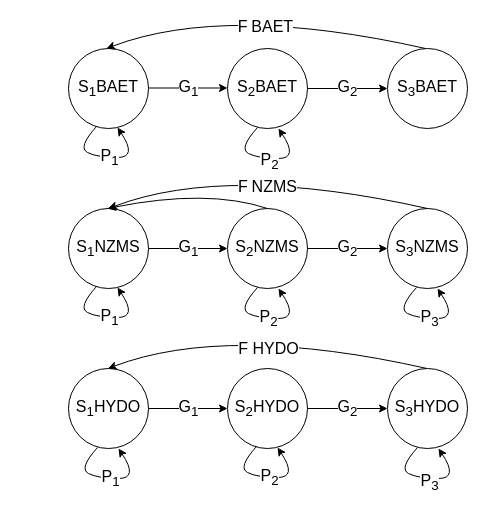
Angelika-Kurthen/ColoradoRiverInverts keeps this draw.io diagram as Untitled Diagram.drawio. Above is the earlier version. Source tidied: cells renumbered, new cells numbered last; positions are measured from the earlier drawing's top-left corner, leaving out a move shared by most shapes. Both pictures are drawn from the tidied source at 100%, with x=0, y=0 at pixel (68, 3).
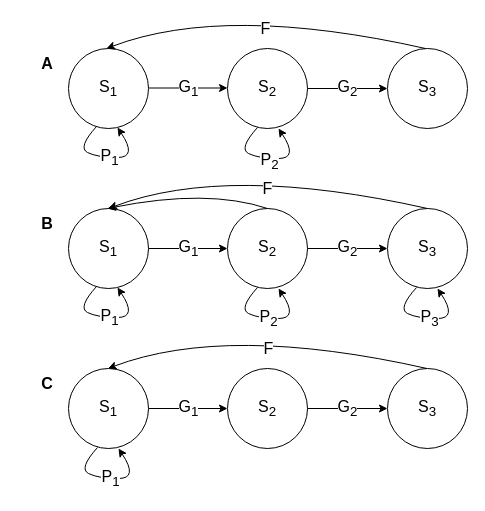
The same page after the edit.

The change refers to these unchanged cells:
```xml
<mxCell id="28" style="curved=1;endArrow=classic;html=1;rounded=0;fontSize=16;entryX=0.5;entryY=0;entryDx=0;entryDy=0;" parent="1" edge="1" target="5">
  <mxGeometry relative="1" as="geometry">
    <mxPoint x="359" y="205" as="sourcePoint" />
    <Array as="points">
      <mxPoint x="159" y="160" />
    </Array>
  </mxGeometry>
</mxCell>
<mxCell id="30" style="curved=1;endArrow=classic;html=1;rounded=0;fontSize=16;entryX=0.5;entryY=0;entryDx=0;entryDy=0;" parent="1" edge="1">
  <mxGeometry relative="1" as="geometry">
    <mxPoint x="358.5" y="365" as="sourcePoint" />
    <mxPoint x="39.5" y="365" as="targetPoint" />
    <Array as="points">
      <mxPoint x="158.5" y="320" />
    </Array>
  </mxGeometry>
</mxCell>
<mxCell id="32" style="curved=1;endArrow=classic;html=1;rounded=0;fontSize=16;entryX=0.5;entryY=0;entryDx=0;entryDy=0;" parent="1" edge="1">
  <mxGeometry relative="1" as="geometry">
    <mxPoint x="357" y="45" as="sourcePoint" />
    <mxPoint x="38" y="45" as="targetPoint" />
    <Array as="points">
      <mxPoint x="157" />
    </Array>
  </mxGeometry>
</mxCell>
```

Diff of the diagram source:
```diff
@@
-    <mxCell id="2" value="S&lt;sub&gt;1&lt;/sub&gt;BAET" style="ellipse;whiteSpace=wrap;html=1;fontSize=16;" parent="1" vertex="1">
+    <mxCell id="2" value="S&lt;sub&gt;1&lt;/sub&gt;" style="ellipse;whiteSpace=wrap;html=1;fontSize=16;" parent="1" vertex="1">
       <mxGeometry y="45" width="80" height="80" as="geometry" />
     </mxCell>
-    <mxCell id="3" value="&lt;font style=&quot;font-size: 16px;&quot;&gt;S&lt;sub&gt;2&lt;/sub&gt;&lt;/font&gt;&lt;font style=&quot;font-size: 16px;&quot;&gt;BAET&lt;/font&gt;" style="ellipse;whiteSpace=wrap;html=1;fontSize=15;" parent="1" vertex="1">
+    <mxCell id="3" value="&lt;font style=&quot;font-size: 16px;&quot;&gt;S&lt;sub&gt;2&lt;/sub&gt;&lt;/font&gt;" style="ellipse;whiteSpace=wrap;html=1;fontSize=15;" parent="1" vertex="1">
       <mxGeometry x="159" y="45" width="80" height="80" as="geometry" />
     </mxCell>
-    <mxCell id="4" value="&lt;font style=&quot;font-size: 16px;&quot;&gt;S&lt;sub&gt;3&lt;/sub&gt;&lt;/font&gt;&lt;font style=&quot;font-size: 16px;&quot;&gt;BAET&lt;/font&gt;" style="ellipse;whiteSpace=wrap;html=1;" parent="1" vertex="1">
+    <mxCell id="4" value="&lt;font style=&quot;font-size: 16px;&quot;&gt;S&lt;sub&gt;3&lt;/sub&gt;&lt;/font&gt;" style="ellipse;whiteSpace=wrap;html=1;" parent="1" vertex="1">
       <mxGeometry x="319" y="45" width="80" height="80" as="geometry" />
     </mxCell>
-    <mxCell id="5" value="S&lt;sub&gt;1&lt;/sub&gt;NZMS" style="ellipse;whiteSpace=wrap;html=1;fontSize=16;" parent="1" vertex="1">
+    <mxCell id="5" value="S&lt;sub&gt;1&lt;/sub&gt;" style="ellipse;whiteSpace=wrap;html=1;fontSize=16;" parent="1" vertex="1">
       <mxGeometry y="205" width="80" height="80" as="geometry" />
     </mxCell>
-    <mxCell id="6" value="&lt;font style=&quot;font-size: 16px;&quot;&gt;S&lt;sub&gt;2&lt;/sub&gt;&lt;/font&gt;&lt;font style=&quot;font-size: 16px;&quot;&gt;NZMS&lt;/font&gt;" style="ellipse;whiteSpace=wrap;html=1;" parent="1" vertex="1">
+    <mxCell id="6" value="&lt;font style=&quot;font-size: 16px;&quot;&gt;S&lt;sub&gt;2&lt;/sub&gt;&lt;/font&gt;" style="ellipse;whiteSpace=wrap;html=1;" parent="1" vertex="1">
       <mxGeometry x="159" y="205" width="80" height="80" as="geometry" />
     </mxCell>
-    <mxCell id="7" value="&lt;font style=&quot;font-size: 16px;&quot;&gt;S&lt;sub&gt;3&lt;/sub&gt;NZMS&lt;/font&gt;" style="ellipse;whiteSpace=wrap;html=1;" parent="1" vertex="1">
+    <mxCell id="7" value="&lt;font style=&quot;font-size: 16px;&quot;&gt;S&lt;sub&gt;3&lt;/sub&gt;&lt;/font&gt;" style="ellipse;whiteSpace=wrap;html=1;" parent="1" vertex="1">
       <mxGeometry x="319" y="205" width="80" height="80" as="geometry" />
     </mxCell>
-    <mxCell id="8" value="&lt;font style=&quot;font-size: 16px;&quot;&gt;S&lt;sub&gt;1&lt;/sub&gt;&lt;/font&gt;&lt;font style=&quot;font-size: 16px;&quot;&gt;HYDO&lt;/font&gt;" style="ellipse;whiteSpace=wrap;html=1;" parent="1" vertex="1">
+    <mxCell id="8" value="&lt;font style=&quot;font-size: 16px;&quot;&gt;S&lt;sub&gt;1&lt;/sub&gt;&lt;/font&gt;" style="ellipse;whiteSpace=wrap;html=1;" parent="1" vertex="1">
       <mxGeometry y="365" width="80" height="80" as="geometry" />
     </mxCell>
-    <mxCell id="9" value="&lt;font style=&quot;font-size: 16px;&quot;&gt;S&lt;sub&gt;2&lt;/sub&gt;&lt;/font&gt;&lt;font style=&quot;font-size: 16px;&quot;&gt;HYDO&lt;/font&gt;" style="ellipse;whiteSpace=wrap;html=1;" parent="1" vertex="1">
+    <mxCell id="9" value="&lt;font style=&quot;font-size: 16px;&quot;&gt;S&lt;sub&gt;2&lt;/sub&gt;&lt;/font&gt;" style="ellipse;whiteSpace=wrap;html=1;" parent="1" vertex="1">
       <mxGeometry x="159" y="365" width="80" height="80" as="geometry" />
     </mxCell>
-    <mxCell id="10" value="&lt;font style=&quot;font-size: 16px;&quot;&gt;S&lt;sub&gt;3&lt;/sub&gt;&lt;/font&gt;&lt;font style=&quot;font-size: 16px;&quot;&gt;HYDO&lt;/font&gt;" style="ellipse;whiteSpace=wrap;html=1;" parent="1" vertex="1">
+    <mxCell id="10" value="&lt;font style=&quot;font-size: 16px;&quot;&gt;S&lt;sub&gt;3&lt;/sub&gt;&lt;/font&gt;" style="ellipse;whiteSpace=wrap;html=1;" parent="1" vertex="1">
       <mxGeometry x="319" y="365" width="80" height="80" as="geometry" />
     </mxCell>
@@
-    <mxCell id="25" value="P&lt;sub&gt;2&lt;/sub&gt;" style="curved=1;endArrow=classic;html=1;rounded=0;fontSize=16;exitX=0.363;exitY=0.988;exitDx=0;exitDy=0;entryX=0.625;entryY=1;entryDx=0;entryDy=0;exitPerimeter=0;entryPerimeter=0;" parent="1" edge="1">
-      <mxGeometry relative="1" as="geometry">
-        <mxPoint x="188" y="443" as="sourcePoint" />
-        <mxPoint x="209" y="444" as="targetPoint" />
-        <Array as="points">
-          <mxPoint x="169" y="464" />
-          <mxPoint x="189" y="474" />
-          <mxPoint x="229" y="474" />
-        </Array>
-      </mxGeometry>
-    </mxCell>
-    <mxCell id="26" style="curved=1;endArrow=classic;html=1;rounded=0;fontSize=16;exitX=0.363;exitY=0.988;exitDx=0;exitDy=0;entryX=0.625;entryY=1;entryDx=0;entryDy=0;exitPerimeter=0;entryPerimeter=0;" parent="1" edge="1">
-      <mxGeometry relative="1" as="geometry">
-        <mxPoint x="349" y="444" as="sourcePoint" />
-        <mxPoint x="370" y="445" as="targetPoint" />
-        <Array as="points">
-          <mxPoint x="330" y="465" />
-          <mxPoint x="350" y="475" />
-          <mxPoint x="390" y="475" />
-        </Array>
-      </mxGeometry>
-    </mxCell>
-    <mxCell id="27" value="P&lt;sub&gt;3&lt;/sub&gt;" style="edgeLabel;html=1;align=center;verticalAlign=middle;fontSize=16;" parent="26" vertex="1">
-      <mxGeometry x="-0.03" y="-3" relative="1" as="geometry" />
-    </mxCell>
@@
-    <mxCell id="29" value="F&lt;sub&gt; &lt;/sub&gt;NZMS" style="edgeLabel;html=1;align=center;verticalAlign=middle;fontSize=16;" parent="28" vertex="1">
+    <mxCell id="29" value="F" style="edgeLabel;html=1;align=center;verticalAlign=middle;fontSize=16;" parent="28" vertex="1">
       <mxGeometry x="-0.03" y="15" relative="1" as="geometry" />
     </mxCell>
@@
-    <mxCell id="31" value="F HYDO" style="edgeLabel;html=1;align=center;verticalAlign=middle;fontSize=16;" parent="30" vertex="1">
+    <mxCell id="31" value="F" style="edgeLabel;html=1;align=center;verticalAlign=middle;fontSize=16;" parent="30" vertex="1">
       <mxGeometry x="-0.03" y="15" relative="1" as="geometry">
         <mxPoint x="1" as="offset" />
       </mxGeometry>
     </mxCell>
@@
-    <mxCell id="33" value="F&lt;sub&gt; &lt;/sub&gt;BAET" style="edgeLabel;html=1;align=center;verticalAlign=middle;fontSize=16;" parent="32" vertex="1">
+    <mxCell id="33" value="F" style="edgeLabel;html=1;align=center;verticalAlign=middle;fontSize=16;" parent="32" vertex="1">
       <mxGeometry x="-0.03" y="15" relative="1" as="geometry" />
     </mxCell>
@@
+    <mxCell id="35" value="&lt;font size=&quot;1&quot;&gt;&lt;b style=&quot;font-size: 16px;&quot;&gt;A&lt;/b&gt;&lt;/font&gt;" style="text;html=1;strokeColor=none;fillColor=none;align=center;verticalAlign=middle;whiteSpace=wrap;rounded=0;" parent="1" vertex="1">
+      <mxGeometry x="-51" y="45" width="60" height="30" as="geometry" />
+    </mxCell>
+    <mxCell id="36" value="&lt;font size=&quot;1&quot;&gt;&lt;b style=&quot;font-size: 16px;&quot;&gt;B&lt;/b&gt;&lt;/font&gt;" style="text;html=1;strokeColor=none;fillColor=none;align=center;verticalAlign=middle;whiteSpace=wrap;rounded=0;" parent="1" vertex="1">
+      <mxGeometry x="-51" y="205" width="60" height="30" as="geometry" />
+    </mxCell>
+    <mxCell id="37" value="&lt;font style=&quot;font-size: 16px;&quot;&gt;&lt;b&gt;C&lt;/b&gt;&lt;/font&gt;" style="text;html=1;strokeColor=none;fillColor=none;align=center;verticalAlign=middle;whiteSpace=wrap;rounded=0;" parent="1" vertex="1">
+      <mxGeometry x="-51" y="365" width="60" height="30" as="geometry" />
+    </mxCell>
```
